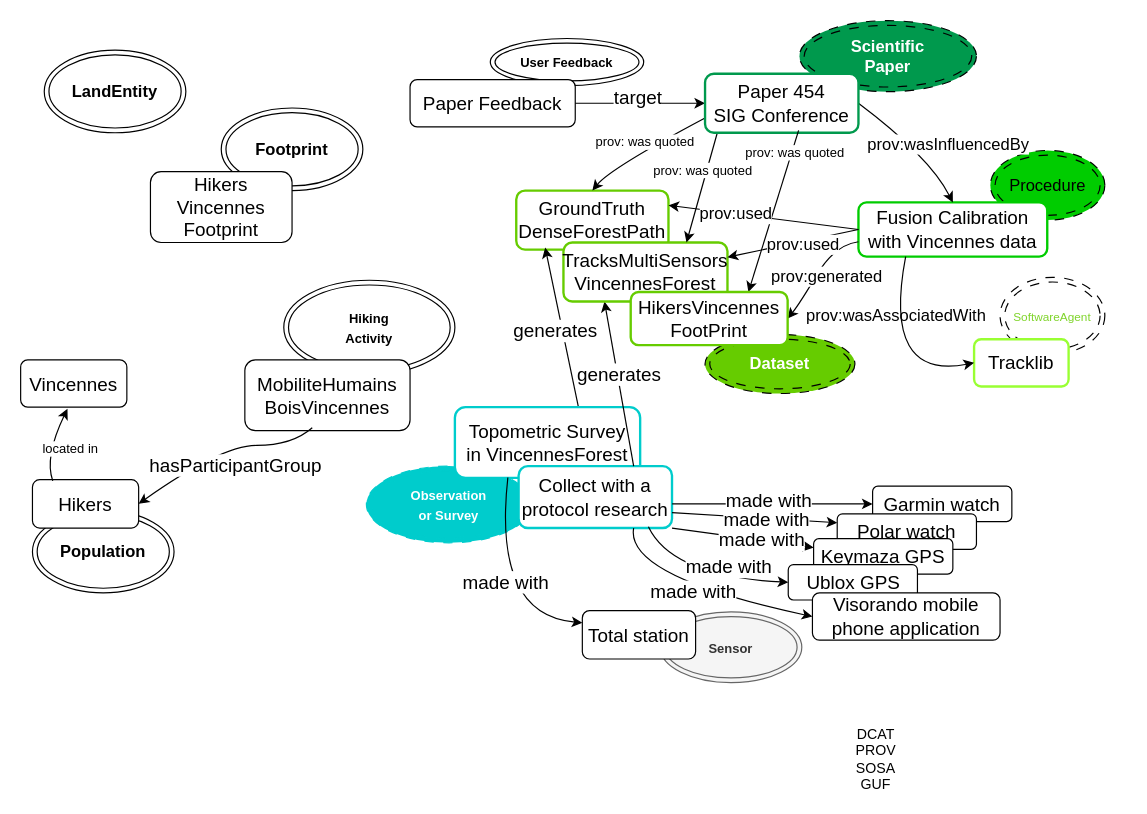
This is page "Schéma 2 article" (3 of 3) of docs/diagrams/model_KG.drawio from IntForOut/outdoorPressure, a draw.io file, before an edit. Source tidied: cells renumbered, new cells numbered last; positions are measured from the earlier drawing's top-left corner, leaving out a move shared by most shapes. Both pictures are drawn from the tidied source at 118%, with x=0, y=0 at pixel (20, 20).
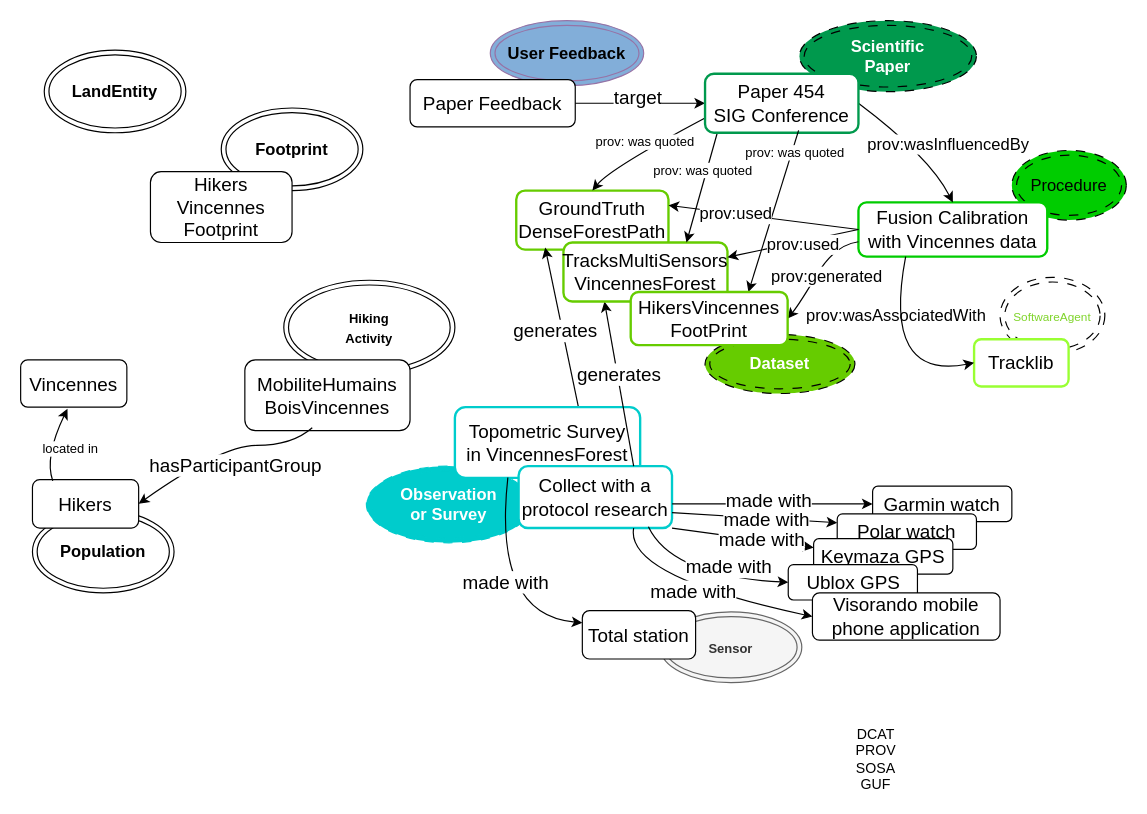
The same diagram, later.

Commit message:
Mettre à jour model_KG.drawio

The edit, as a diff of the source:
```diff
@@
-    <mxCell id="3" value="&lt;font style=&quot;font-size: 11px;&quot;&gt;&lt;b&gt;User Feedback&lt;/b&gt;&lt;/font&gt;" style="ellipse;shape=doubleEllipse;whiteSpace=wrap;html=1;fontSize=14;" parent="1" vertex="1">
-      <mxGeometry x="398" y="15.1" width="130" height="40" as="geometry" />
+    <mxCell id="3" value="&lt;font&gt;&lt;b&gt;User Feedback&lt;/b&gt;&lt;/font&gt;" style="ellipse;shape=doubleEllipse;whiteSpace=wrap;html=1;fontSize=14;fillColor=#82AED9;strokeColor=#9673a6;" parent="1" vertex="1">
+      <mxGeometry x="398" width="130" height="55.1" as="geometry" />
     </mxCell>
@@
-    <mxCell id="5" value="&lt;font style=&quot;color: rgb(0, 204, 0);&quot;&gt;&lt;span style=&quot;color: rgb(0, 204, 0);&quot;&gt;&lt;font&gt;&lt;span style=&quot;color: rgb(0, 0, 0);&quot;&gt;Procedure&lt;/span&gt;&lt;/font&gt;&lt;/span&gt;&lt;/font&gt;" style="ellipse;shape=doubleEllipse;whiteSpace=wrap;html=1;fontSize=14;fillColor=#00CC00;dashed=1;dashPattern=8 8;" parent="1" vertex="1">
-      <mxGeometry x="821.8" y="110" width="97" height="59" as="geometry" />
+    <mxCell id="5" value="&lt;font style=&quot;color: rgb(255, 255, 255);&quot;&gt;&lt;span style=&quot;color: rgb(0, 204, 0);&quot;&gt;&lt;font&gt;&lt;span style=&quot;color: rgb(0, 0, 0);&quot;&gt;Procedure&lt;/span&gt;&lt;/font&gt;&lt;/span&gt;&lt;/font&gt;" style="ellipse;shape=doubleEllipse;whiteSpace=wrap;html=1;fontSize=14;fillColor=#00CC00;dashed=1;dashPattern=8 8;" parent="1" vertex="1">
+      <mxGeometry x="840" y="110" width="97" height="59" as="geometry" />
     </mxCell>
@@
-    <mxCell id="8" value="&lt;font style=&quot;font-size: 11px; color: rgb(255, 255, 255);&quot;&gt;&lt;b&gt;Observation&lt;br&gt;or Survey&lt;/b&gt;&lt;/font&gt;" style="ellipse;shape=doubleEllipse;whiteSpace=wrap;html=1;fontSize=14;fillColor=#00CCCC;dashed=1;dashPattern=8 8;strokeColor=#00CCCC;" parent="1" vertex="1">
+    <mxCell id="8" value="&lt;font style=&quot;color: rgb(255, 255, 255);&quot;&gt;&lt;b&gt;Observation&lt;br&gt;or Survey&lt;/b&gt;&lt;/font&gt;" style="ellipse;shape=doubleEllipse;whiteSpace=wrap;html=1;fontSize=14;fillColor=#00CCCC;dashed=1;dashPattern=8 8;strokeColor=#00CCCC;" parent="1" vertex="1">
       <mxGeometry x="293" y="377.5" width="140" height="65" as="geometry" />
     </mxCell>
```
